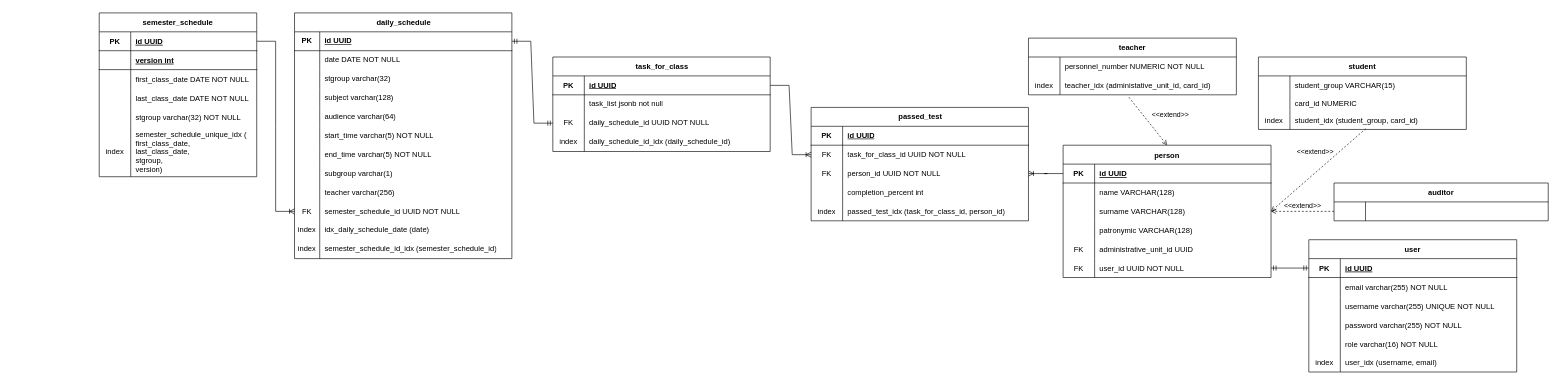
Earlier version of the draw.io diagram page "Общая схема данных" (3 of 3) of authorization-service/Схема БД.drawio (Manysleeplover/rate-please-stankin). Source tidied: cells renumbered, new cells numbered last; positions are measured from the earlier drawing's top-left corner, leaving out a move shared by most shapes. Both pictures are drawn from the tidied source at 63%, with x=0, y=0 at pixel (99, 13).
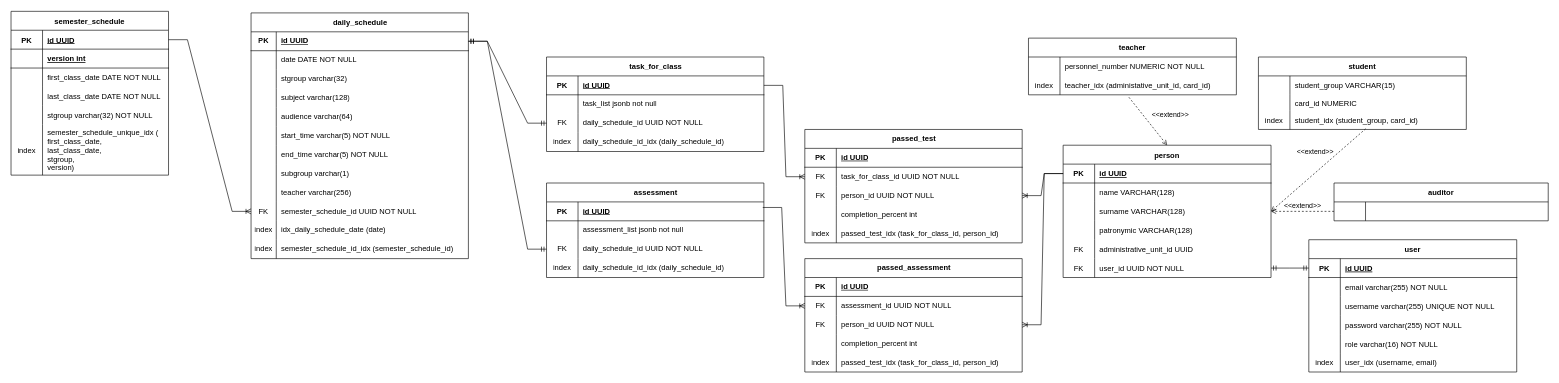
After the change.

Commit message (it also covers changes not shown here):
21.04.2025 - схема данных для оценивания занятия

Unchanged cells that the change refers to:
```xml
<mxCell id="22" style="shape=tableRow;horizontal=0;startSize=0;swimlaneHead=0;swimlaneBody=0;fillColor=none;points=[[0,0.5],[1,0.5]];portConstraint=eastwest;top=0;left=0;right=0;bottom=1;" parent="21" vertex="1">
  <mxGeometry y="30" width="345" height="30" as="geometry" />
</mxCell>
<mxCell id="104" style="shape=partialRectangle;fillColor=none;points=[[0,0.5],[1,0.5]];portConstraint=eastwest;top=0;left=0;right=0;bottom=1;" parent="103" vertex="1">
  <mxGeometry y="30" width="330" height="30" as="geometry" />
</mxCell>
```

What changed in the source:
```diff
@@
     <mxCell id="2" value="semester_schedule" style="shape=table;startSize=30;childLayout=tableLayout;rowLines=0;fontStyle=1;align=center;" parent="1" vertex="1">
-      <mxGeometry width="250" height="260" as="geometry" />
+      <mxGeometry x="-140" y="-2.5" width="250" height="260" as="geometry" />
     </mxCell>
@@
     <mxCell id="21" value="daily_schedule" style="shape=table;startSize=30;childLayout=tableLayout;rowLines=0;fontStyle=1;align=center;html=1;" parent="1" vertex="1">
-      <mxGeometry x="310" width="345" height="390" as="geometry" />
+      <mxGeometry x="241" width="345" height="390" as="geometry" />
     </mxCell>
@@
     <mxCell id="59" value="task_for_class" style="shape=table;startSize=30;childLayout=tableLayout;rowLines=0;fontStyle=1;align=center;html=1;" parent="1" vertex="1">
-      <mxGeometry x="720" y="70" width="345" height="150" as="geometry" />
+      <mxGeometry x="710" y="70" width="345" height="150" as="geometry" />
     </mxCell>
@@
     <mxCell id="128" value="passed_test" style="shape=table;startSize=30;childLayout=tableLayout;rowLines=0;fontStyle=1;align=center;html=1;" parent="1" vertex="1">
-      <mxGeometry x="1130" y="150" width="345" height="180" as="geometry" />
+      <mxGeometry x="1120" y="185" width="345" height="180" as="geometry" />
     </mxCell>
@@
+    <mxCell id="154" value="passed_assessment" style="shape=table;startSize=30;childLayout=tableLayout;rowLines=0;fontStyle=1;align=center;html=1;" parent="1" vertex="1">
+      <mxGeometry x="1120" y="390" width="345" height="180" as="geometry" />
+    </mxCell>
+    <mxCell id="155" style="shape=tableRow;horizontal=0;startSize=0;swimlaneHead=0;swimlaneBody=0;fillColor=none;top=0;left=0;right=0;bottom=1;" parent="154" vertex="1">
+      <mxGeometry y="30" width="345" height="30" as="geometry" />
+    </mxCell>
+    <mxCell id="156" value="PK" style="shape=partialRectangle;fillColor=none;top=0;left=0;bottom=0;right=0;fontStyle=1;overflow=hidden;whiteSpace=wrap;html=1;" parent="155" vertex="1">
+      <mxGeometry width="50" height="30" as="geometry" />
+    </mxCell>
+    <mxCell id="157" value="id UUID" style="shape=partialRectangle;fillColor=none;top=0;left=0;bottom=0;right=0;align=left;spacingLeft=6;fontStyle=5;overflow=hidden;whiteSpace=wrap;html=1;" parent="155" vertex="1">
+      <mxGeometry x="50" width="295" height="30" as="geometry" />
+    </mxCell>
+    <mxCell id="158" style="shape=tableRow;horizontal=0;startSize=0;swimlaneHead=0;swimlaneBody=0;fillColor=none;points=[[0,0.5],[1,0.5]];portConstraint=eastwest;top=0;left=0;right=0;bottom=0;" parent="154" vertex="1">
+      <mxGeometry y="60" width="345" height="30" as="geometry" />
+    </mxCell>
+    <mxCell id="159" value="FK" style="shape=partialRectangle;fillColor=none;top=0;left=0;bottom=0;right=0;overflow=hidden;whiteSpace=wrap;html=1;" parent="158" vertex="1">
+      <mxGeometry width="50" height="30" as="geometry" />
+    </mxCell>
+    <mxCell id="160" value="assessment&lt;span style=&quot;background-color: transparent; color: light-dark(rgb(0, 0, 0), rgb(255, 255, 255));&quot;&gt;_id UUID NOT NULL&lt;/span&gt;" style="shape=partialRectangle;fillColor=none;top=0;left=0;bottom=0;right=0;align=left;spacingLeft=6;overflow=hidden;whiteSpace=wrap;html=1;" parent="158" vertex="1">
+      <mxGeometry x="50" width="295" height="30" as="geometry" />
+    </mxCell>
+    <mxCell id="161" style="shape=tableRow;horizontal=0;startSize=0;swimlaneHead=0;swimlaneBody=0;fillColor=none;points=[[0,0.5],[1,0.5]];portConstraint=eastwest;top=0;left=0;right=0;bottom=0;" parent="154" vertex="1">
+      <mxGeometry y="90" width="345" height="30" as="geometry" />
+    </mxCell>
+    <mxCell id="162" value="FK" style="shape=partialRectangle;fillColor=none;top=0;left=0;bottom=0;right=0;overflow=hidden;whiteSpace=wrap;html=1;" parent="161" vertex="1">
+      <mxGeometry width="50" height="30" as="geometry" />
+    </mxCell>
+    <mxCell id="163" value="person_id UUID NOT NULL" style="shape=partialRectangle;fillColor=none;top=0;left=0;bottom=0;right=0;align=left;spacingLeft=6;overflow=hidden;whiteSpace=wrap;html=1;" parent="161" vertex="1">
+      <mxGeometry x="50" width="295" height="30" as="geometry" />
+    </mxCell>
+    <mxCell id="164" style="shape=tableRow;horizontal=0;startSize=0;swimlaneHead=0;swimlaneBody=0;fillColor=none;top=0;left=0;right=0;bottom=0;" parent="154" vertex="1">
+      <mxGeometry y="120" width="345" height="30" as="geometry" />
+    </mxCell>
+    <mxCell id="165" style="shape=partialRectangle;fillColor=none;top=0;left=0;bottom=0;right=0;overflow=hidden;whiteSpace=wrap;html=1;" parent="164" vertex="1">
+      <mxGeometry width="50" height="30" as="geometry" />
+    </mxCell>
+    <mxCell id="166" value="comple&lt;span style=&quot;background-color: transparent; color: light-dark(rgb(0, 0, 0), rgb(255, 255, 255));&quot;&gt;tion_percent int&lt;/span&gt;" style="shape=partialRectangle;fillColor=none;top=0;left=0;bottom=0;right=0;align=left;spacingLeft=6;overflow=hidden;whiteSpace=wrap;html=1;" parent="164" vertex="1">
+      <mxGeometry x="50" width="295" height="30" as="geometry" />
+    </mxCell>
+    <mxCell id="167" style="shape=tableRow;horizontal=0;startSize=0;swimlaneHead=0;swimlaneBody=0;fillColor=none;top=0;left=0;right=0;bottom=0;" parent="154" vertex="1">
+      <mxGeometry y="150" width="345" height="30" as="geometry" />
+    </mxCell>
+    <mxCell id="168" value="index" style="shape=partialRectangle;fillColor=none;top=0;left=0;bottom=0;right=0;overflow=hidden;whiteSpace=wrap;html=1;" parent="167" vertex="1">
+      <mxGeometry width="50" height="30" as="geometry" />
+    </mxCell>
+    <mxCell id="169" value="passed_test_idx (task_for_class_id, person_id&lt;span style=&quot;background-color: transparent; color: light-dark(rgb(0, 0, 0), rgb(255, 255, 255));&quot;&gt;)&lt;/span&gt;" style="shape=partialRectangle;fillColor=none;top=0;left=0;bottom=0;right=0;align=left;spacingLeft=6;overflow=hidden;whiteSpace=wrap;html=1;" parent="167" vertex="1">
+      <mxGeometry x="50" width="295" height="30" as="geometry" />
+    </mxCell>
+    <mxCell id="170" style="edgeStyle=entityRelationEdgeStyle;fontSize=12;html=1;endArrow=ERmandOne;startArrow=ERmandOne;rounded=0;exitX=0;exitY=0.5;exitDx=0;exitDy=0;entryX=1;entryY=0.5;entryDx=0;entryDy=0;" parent="1" edge="1" source="178" target="22">
+      <mxGeometry relative="1" as="geometry">
+        <Array as="points">
+          <mxPoint x="690" y="90" />
+        </Array>
+      </mxGeometry>
+    </mxCell>
+    <mxCell id="171" value="assessment" style="shape=table;startSize=30;childLayout=tableLayout;rowLines=0;fontStyle=1;align=center;html=1;" parent="1" vertex="1">
+      <mxGeometry x="710" y="270" width="345" height="150" as="geometry" />
+    </mxCell>
+    <mxCell id="172" style="shape=tableRow;horizontal=0;startSize=0;swimlaneHead=0;swimlaneBody=0;fillColor=none;points=[[0,0.5],[1,0.5]];portConstraint=eastwest;top=0;left=0;right=0;bottom=1;" parent="171" vertex="1">
+      <mxGeometry y="30" width="345" height="30" as="geometry" />
+    </mxCell>
+    <mxCell id="173" value="PK" style="shape=partialRectangle;fillColor=none;top=0;left=0;bottom=0;right=0;fontStyle=1;overflow=hidden;whiteSpace=wrap;html=1;" parent="172" vertex="1">
+      <mxGeometry width="50" height="30" as="geometry" />
+    </mxCell>
+    <mxCell id="174" value="id UUID" style="shape=partialRectangle;fillColor=none;top=0;left=0;bottom=0;right=0;align=left;spacingLeft=6;fontStyle=5;overflow=hidden;whiteSpace=wrap;html=1;" parent="172" vertex="1">
+      <mxGeometry x="50" width="295" height="30" as="geometry" />
+    </mxCell>
+    <mxCell id="175" style="shape=tableRow;horizontal=0;startSize=0;swimlaneHead=0;swimlaneBody=0;fillColor=none;top=0;left=0;right=0;bottom=0;" parent="171" vertex="1">
+      <mxGeometry y="60" width="345" height="30" as="geometry" />
+    </mxCell>
+    <mxCell id="176" style="shape=partialRectangle;fillColor=none;top=0;left=0;bottom=0;right=0;overflow=hidden;whiteSpace=wrap;html=1;" parent="175" vertex="1">
+      <mxGeometry width="50" height="30" as="geometry" />
+    </mxCell>
+    <mxCell id="177" value="assessment_list jsonb not null" style="shape=partialRectangle;fillColor=none;top=0;left=0;bottom=0;right=0;align=left;spacingLeft=6;overflow=hidden;whiteSpace=wrap;html=1;" parent="175" vertex="1">
+      <mxGeometry x="50" width="295" height="30" as="geometry" />
+    </mxCell>
+    <mxCell id="178" style="shape=tableRow;horizontal=0;startSize=0;swimlaneHead=0;swimlaneBody=0;fillColor=none;points=[[0,0.5],[1,0.5]];portConstraint=eastwest;top=0;left=0;right=0;bottom=0;" parent="171" vertex="1">
+      <mxGeometry y="90" width="345" height="30" as="geometry" />
+    </mxCell>
+    <mxCell id="179" value="FK" style="shape=partialRectangle;fillColor=none;top=0;left=0;bottom=0;right=0;overflow=hidden;whiteSpace=wrap;html=1;" parent="178" vertex="1">
+      <mxGeometry width="50" height="30" as="geometry" />
+    </mxCell>
+    <mxCell id="180" value="daily_schedule_id UUID NOT NULL" style="shape=partialRectangle;fillColor=none;top=0;left=0;bottom=0;right=0;align=left;spacingLeft=6;overflow=hidden;whiteSpace=wrap;html=1;" parent="178" vertex="1">
+      <mxGeometry x="50" width="295" height="30" as="geometry" />
+    </mxCell>
+    <mxCell id="181" style="shape=tableRow;horizontal=0;startSize=0;swimlaneHead=0;swimlaneBody=0;fillColor=none;top=0;left=0;right=0;bottom=0;" parent="171" vertex="1">
+      <mxGeometry y="120" width="345" height="30" as="geometry" />
+    </mxCell>
+    <mxCell id="182" value="index" style="shape=partialRectangle;fillColor=none;top=0;left=0;bottom=0;right=0;overflow=hidden;whiteSpace=wrap;html=1;" parent="181" vertex="1">
+      <mxGeometry width="50" height="30" as="geometry" />
+    </mxCell>
+    <mxCell id="183" value="daily_schedule_id_idx (daily_schedule_id)" style="shape=partialRectangle;fillColor=none;top=0;left=0;bottom=0;right=0;align=left;spacingLeft=6;overflow=hidden;whiteSpace=wrap;html=1;" parent="181" vertex="1">
+      <mxGeometry x="50" width="295" height="30" as="geometry" />
+    </mxCell>
+    <mxCell id="184" style="edgeStyle=entityRelationEdgeStyle;fontSize=12;html=1;endArrow=ERoneToMany;rounded=0;exitX=0.995;exitY=0.294;exitDx=0;exitDy=0;entryX=0;entryY=0.5;entryDx=0;entryDy=0;exitPerimeter=0;" parent="1" edge="1" source="172" target="158">
+      <mxGeometry relative="1" as="geometry" />
+    </mxCell>
+    <mxCell id="185" style="edgeStyle=entityRelationEdgeStyle;fontSize=12;html=1;endArrow=ERoneToMany;rounded=0;exitX=0;exitY=0.5;exitDx=0;exitDy=0;entryX=1;entryY=0.5;entryDx=0;entryDy=0;" parent="1" edge="1" source="104" target="161">
+      <mxGeometry relative="1" as="geometry" />
+    </mxCell>
```
